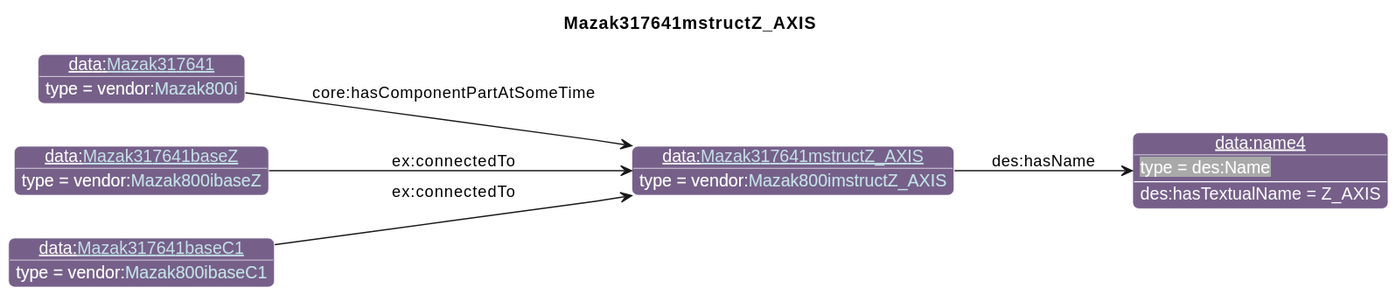
iofoundry/example-syseng-mtconnect keeps this PlantUML diagram as diagrams/Mazak317641mstructZ_AXIS.svg. Above is the earlier version.
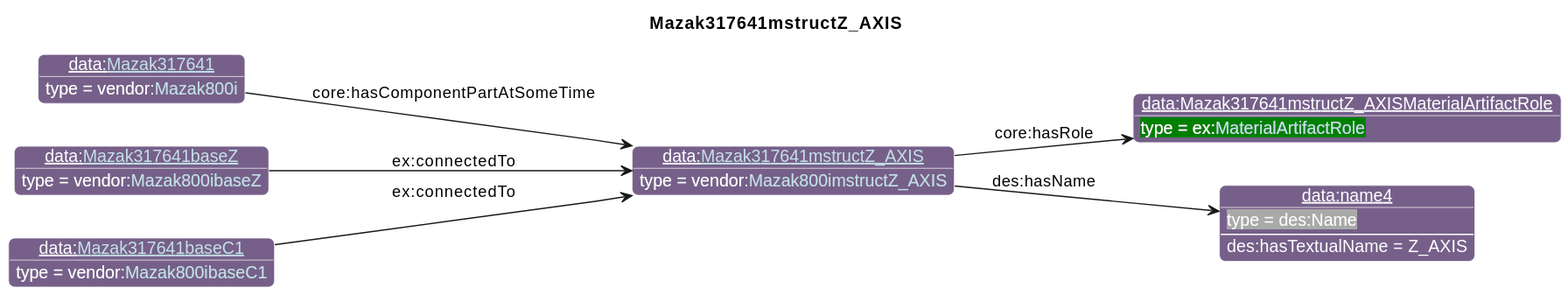
The same diagram one commit later.

Diff of the diagram source:
```diff
@@ -26,13 +26,15 @@
                       "qp":"641B2E"
       }
 individual(o0, data:[[./Mazak317641mstructZ_AXIS.html Mazak317641mstructZ_AXIS]], vendor:[[../Mazak.html#Mazak800imstructZ_AXIS Mazak800imstructZ_AXIS]])
-individual(o1, data:name4, des:Name)
-individual(o2, data:[[./Mazak317641.html Mazak317641]], vendor:[[../Mazak.html#Mazak800i Mazak800i]])
-individual(o3, data:[[./Mazak317641baseZ.html Mazak317641baseZ]], vendor:[[../Mazak.html#Mazak800ibaseZ Mazak800ibaseZ]])
-individual(o4, data:[[./Mazak317641baseC1.html Mazak317641baseC1]], vendor:[[../Mazak.html#Mazak800ibaseC1 Mazak800ibaseC1]])
-property(o0, "des:hasName", o1)
-data(o1, "des:hasTextualName", "Z_AXIS")
-property(o2, "core:hasComponentPartAtSomeTime", o0)
-property(o3, "ex:connectedTo", o0)
+individual(o1, data:Mazak317641mstructZ_AXISMaterialArtifactRole, ex:[[../Example.html#MaterialArtifactRole MaterialArtifactRole]])
+individual(o2, data:name4, des:Name)
+individual(o3, data:[[./Mazak317641.html Mazak317641]], vendor:[[../Mazak.html#Mazak800i Mazak800i]])
+individual(o4, data:[[./Mazak317641baseZ.html Mazak317641baseZ]], vendor:[[../Mazak.html#Mazak800ibaseZ Mazak800ibaseZ]])
+individual(o5, data:[[./Mazak317641baseC1.html Mazak317641baseC1]], vendor:[[../Mazak.html#Mazak800ibaseC1 Mazak800ibaseC1]])
+property(o0, "core:hasRole", o1)
+property(o0, "des:hasName", o2)
+data(o2, "des:hasTextualName", "Z_AXIS")
+property(o3, "core:hasComponentPartAtSomeTime", o0)
 property(o4, "ex:connectedTo", o0)
+property(o5, "ex:connectedTo", o0)
 @enduml
```
